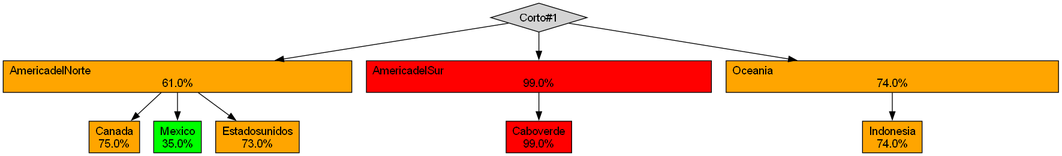
Earlier version of the Graphviz export Proyecto1/grafica_paises.png (Farot3/-LFP-2S24Proyectos_202307820). Its source is kept beside it as Proyecto1/grafica_paises.dot.
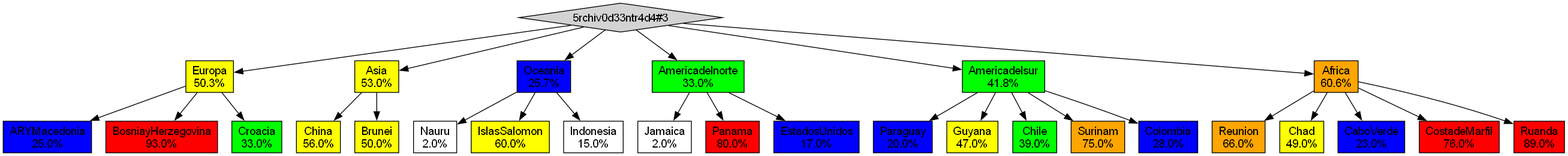
The same diagram one commit later.

Commit message:
actualizado para por lo menos 21 paises

What changed in the source:
```diff
@@ -1,21 +1,59 @@
 digraph G {
 rankdir=TB;
 node [shape=box, style=filled, fontname="Arial"];
-"Corto#1" [shape=diamond];
-"AmericadelNorte                                                                                     " [label="AmericadelNorte                                                                                     \n61.0%", fillcolor=orange];
-"Corto#1" -> "AmericadelNorte                                                                                     ";
-"Canada" [label="Canada\n75.0%", fillcolor=orange];
-"AmericadelNorte                                                                                     " -> "Canada";
-"Mexico" [label="Mexico\n35.0%", fillcolor=green];
-"AmericadelNorte                                                                                     " -> "Mexico";
-"Estadosunidos" [label="Estadosunidos\n73.0%", fillcolor=orange];
-"AmericadelNorte                                                                                     " -> "Estadosunidos";
-"AmericadelSur                                                                                       " [label="AmericadelSur                                                                                       \n99.0%", fillcolor=red];
-"Corto#1" -> "AmericadelSur                                                                                       ";
-"Caboverde" [label="Caboverde\n99.0%", fillcolor=red];
-"AmericadelSur                                                                                       " -> "Caboverde";
-"Oceania                                                                                             " [label="Oceania                                                                                             \n74.0%", fillcolor=orange];
-"Corto#1" -> "Oceania                                                                                             ";
-"Indonesia" [label="Indonesia\n74.0%", fillcolor=orange];
-"Oceania                                                                                             " -> "Indonesia";
+"5rchiv0d33ntr4d4#3" [shape=diamond];
+"Europa" [label="Europa\n50.3%", fillcolor=yellow];
+"5rchiv0d33ntr4d4#3" -> "Europa";
+"ARYMacedonia" [label="ARYMacedonia\n25.0%", fillcolor=blue];
+"Europa" -> "ARYMacedonia";
+"BosniayHerzegovina" [label="BosniayHerzegovina\n93.0%", fillcolor=red];
+"Europa" -> "BosniayHerzegovina";
+"Croacia" [label="Croacia\n33.0%", fillcolor=green];
+"Europa" -> "Croacia";
+"Asia" [label="Asia\n53.0%", fillcolor=yellow];
+"5rchiv0d33ntr4d4#3" -> "Asia";
+"China" [label="China\n56.0%", fillcolor=yellow];
+"Asia" -> "China";
+"Brunei" [label="Brunei\n50.0%", fillcolor=yellow];
+"Asia" -> "Brunei";
+"Oceania" [label="Oceania\n25.7%", fillcolor=blue];
+"5rchiv0d33ntr4d4#3" -> "Oceania";
+"Nauru" [label="Nauru\n2.0%", fillcolor=white];
+"Oceania" -> "Nauru";
+"IslasSalomon" [label="IslasSalomon\n60.0%", fillcolor=yellow];
+"Oceania" -> "IslasSalomon";
+"Indonesia" [label="Indonesia\n15.0%", fillcolor=white];
+"Oceania" -> "Indonesia";
+"Americadelnorte" [label="Americadelnorte\n33.0%", fillcolor=green];
+"5rchiv0d33ntr4d4#3" -> "Americadelnorte";
+"Jamaica" [label="Jamaica\n2.0%", fillcolor=white];
+"Americadelnorte" -> "Jamaica";
+"Panama" [label="Panama\n80.0%", fillcolor=red];
+"Americadelnorte" -> "Panama";
+"EstadosUnidos" [label="EstadosUnidos\n17.0%", fillcolor=blue];
+"Americadelnorte" -> "EstadosUnidos";
+"Americadelsur" [label="Americadelsur\n41.8%", fillcolor=green];
+"5rchiv0d33ntr4d4#3" -> "Americadelsur";
+"Paraguay" [label="Paraguay\n20.0%", fillcolor=blue];
+"Americadelsur" -> "Paraguay";
+"Guyana" [label="Guyana\n47.0%", fillcolor=yellow];
+"Americadelsur" -> "Guyana";
+"Chile" [label="Chile\n39.0%", fillcolor=green];
+"Americadelsur" -> "Chile";
+"Surinam" [label="Surinam\n75.0%", fillcolor=orange];
+"Americadelsur" -> "Surinam";
+"Colombia" [label="Colombia\n28.0%", fillcolor=blue];
+"Americadelsur" -> "Colombia";
+"Africa" [label="Africa\n60.6%", fillcolor=orange];
+"5rchiv0d33ntr4d4#3" -> "Africa";
+"Reunion" [label="Reunion\n66.0%", fillcolor=orange];
+"Africa" -> "Reunion";
+"Chad" [label="Chad\n49.0%", fillcolor=yellow];
+"Africa" -> "Chad";
+"CaboVerde" [label="CaboVerde\n23.0%", fillcolor=blue];
+"Africa" -> "CaboVerde";
+"CostadeMarfil" [label="CostadeMarfil\n76.0%", fillcolor=red];
+"Africa" -> "CostadeMarfil";
+"Ruanda" [label="Ruanda\n89.0%", fillcolor=red];
+"Africa" -> "Ruanda";
 }
```
